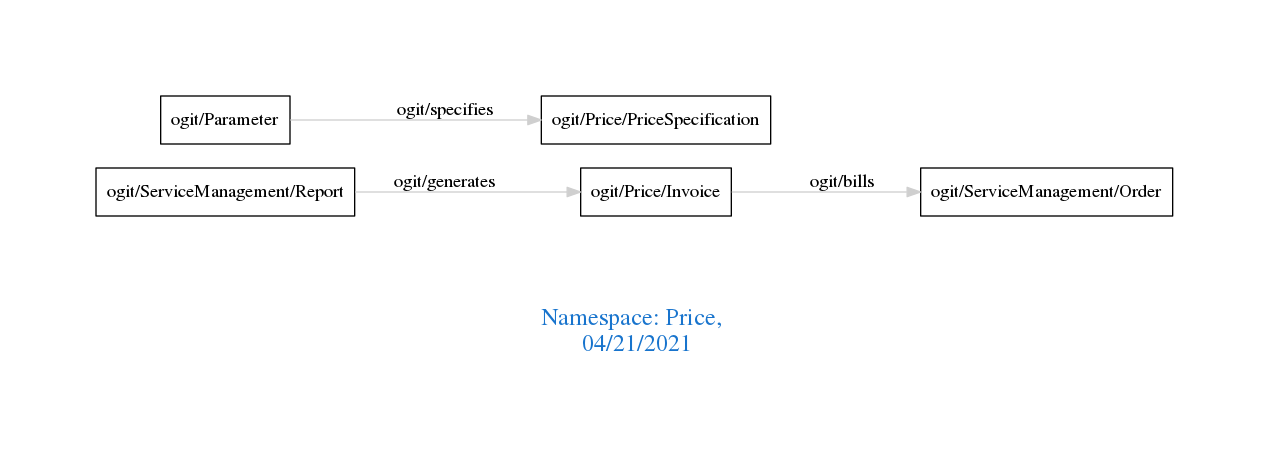
The Graphviz diagram downloads/Price.png in arago/OGIT, before a commit. Its source is kept beside it as downloads/Price.dot.
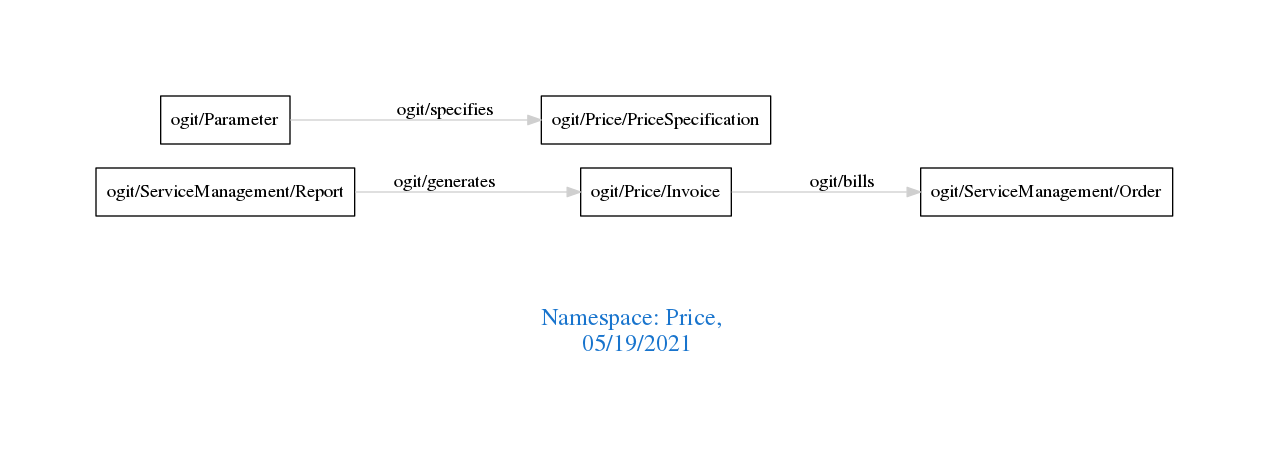
The same file after the commit.

Diff of the diagram source:
```diff
@@ -1,7 +1,7 @@
 digraph OGIT_ontology {
  graph [ rankdir= LR,pad=1
 fontsize = 18,
-fontcolor= dodgerblue3,label = "\n\n\nNamespace: Price, \n 04/21/2021"];
+fontcolor= dodgerblue3,label = "\n\n\nNamespace: Price, \n 05/19/2021"];
 node[shape=polygon];
 edge [  color="gray81"];
 
```
